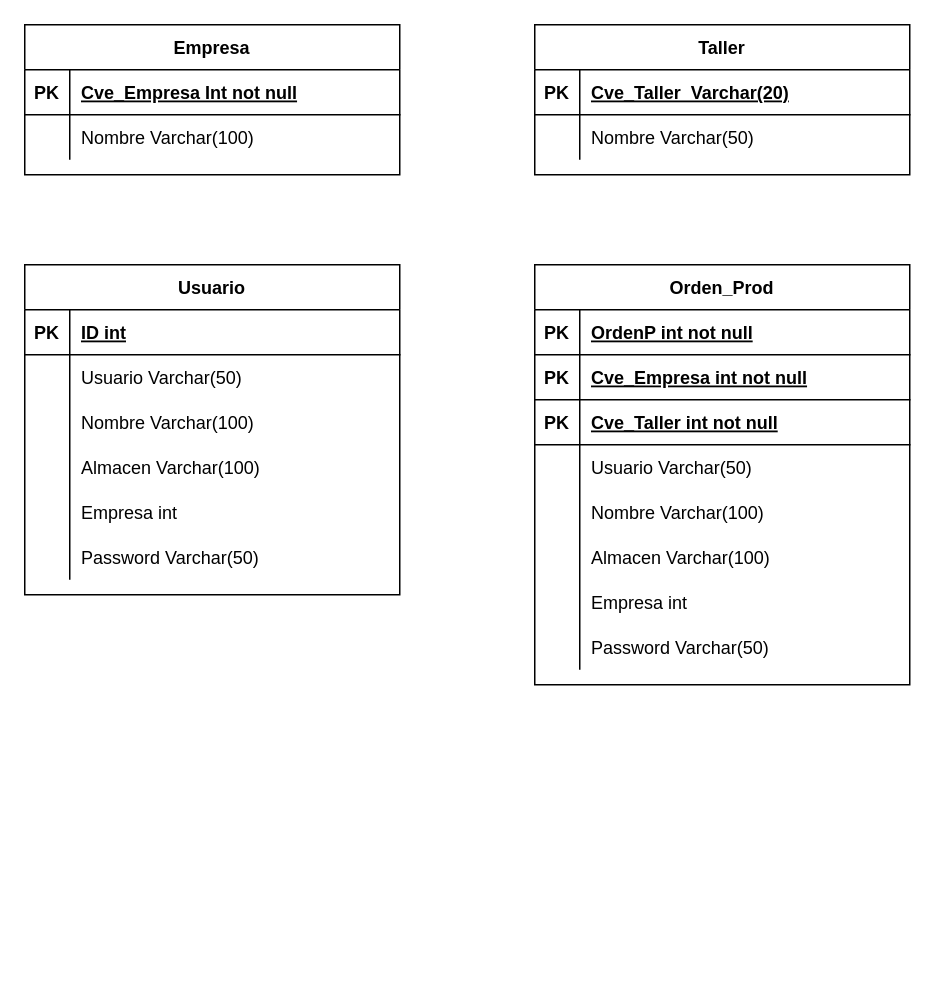
This is Diagrama sin título.drawio from ericF83/DiagramasDBIG015, a draw.io file, before an edit. Source tidied: cells renumbered, new cells numbered last; positions are measured from the earlier drawing's top-left corner, leaving out a move shared by most shapes. Both pictures are drawn from the tidied source at 150%, with x=0, y=0 at pixel (24, 24).
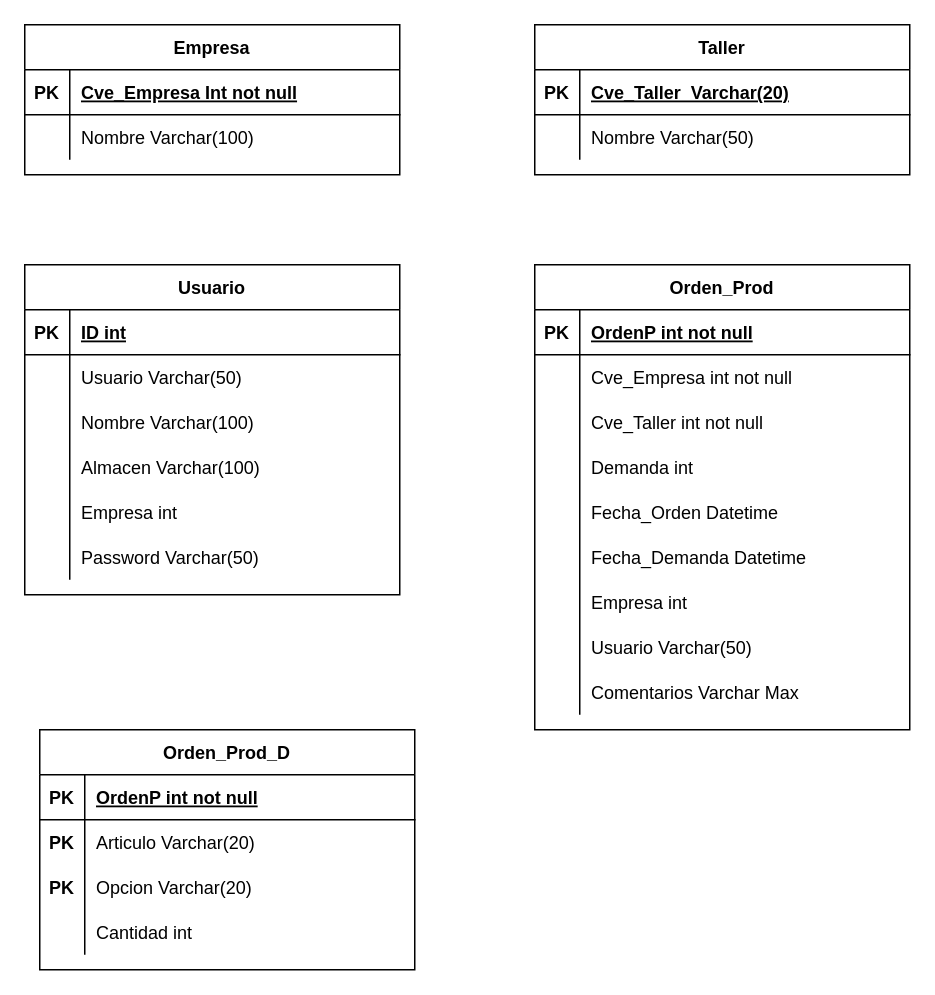
After the change.

Unchanged cells that the change refers to:
```xml
<mxCell id="45" style="shape=partialRectangle;fillColor=none;top=0;left=0;right=0;bottom=0;" parent="35" vertex="1">
  <mxGeometry y="120" width="250" height="30" as="geometry" />
</mxCell>
<mxCell id="48" style="shape=partialRectangle;fillColor=none;top=0;left=0;right=0;bottom=0;" parent="35" vertex="1">
  <mxGeometry y="150" width="250" height="30" as="geometry" />
</mxCell>
<mxCell id="51" style="shape=partialRectangle;fillColor=none;top=0;left=0;right=0;bottom=0;" parent="35" vertex="1">
  <mxGeometry y="180" width="250" height="30" as="geometry" />
</mxCell>
<mxCell id="57" style="shape=partialRectangle;fillColor=none;top=0;left=0;right=0;bottom=0;" parent="35" vertex="1">
  <mxGeometry y="240" width="250" height="30" as="geometry" />
</mxCell>
```

Diff of the diagram source:
```diff
@@
     <mxCell id="35" value="Orden_Prod" style="shape=table;startSize=30;childLayout=tableLayout;rowLines=0;fontStyle=1;align=center;" parent="1" vertex="1">
-      <mxGeometry x="340" y="160" width="250" height="280" as="geometry" />
+      <mxGeometry x="340" y="160" width="250" height="310" as="geometry" />
     </mxCell>
@@
-    <mxCell id="39" style="shape=partialRectangle;fillColor=none;top=0;left=0;right=0;bottom=1;" parent="35" vertex="1">
+    <mxCell id="39" style="shape=partialRectangle;fillColor=none;top=0;left=0;right=0;bottom=1;strokeColor=none;" parent="35" vertex="1">
       <mxGeometry y="60" width="250" height="30" as="geometry" />
     </mxCell>
-    <mxCell id="40" value="PK" style="shape=partialRectangle;overflow=hidden;fillColor=none;top=0;left=0;bottom=0;right=0;fontStyle=1;" parent="39" vertex="1">
+    <mxCell id="40" style="shape=partialRectangle;overflow=hidden;fillColor=none;top=0;left=0;bottom=0;right=0;fontStyle=1;" parent="39" vertex="1">
       <mxGeometry width="30" height="30" as="geometry" />
     </mxCell>
-    <mxCell id="41" value="Cve_Empresa int not null" style="shape=partialRectangle;overflow=hidden;fillColor=none;top=0;left=0;bottom=0;right=0;align=left;spacingLeft=6;fontStyle=5;" parent="39" vertex="1">
+    <mxCell id="41" value="Cve_Empresa int not null" style="shape=partialRectangle;overflow=hidden;fillColor=none;top=0;left=0;bottom=0;right=0;align=left;spacingLeft=6;fontStyle=0;" parent="39" vertex="1">
       <mxGeometry x="30" width="220" height="30" as="geometry" />
     </mxCell>
-    <mxCell id="42" style="shape=partialRectangle;fillColor=none;top=0;left=0;right=0;bottom=1;" parent="35" vertex="1">
+    <mxCell id="42" style="shape=partialRectangle;fillColor=none;top=0;left=0;right=0;bottom=1;strokeColor=none;" parent="35" vertex="1">
       <mxGeometry y="90" width="250" height="30" as="geometry" />
     </mxCell>
-    <mxCell id="43" value="PK" style="shape=partialRectangle;overflow=hidden;fillColor=none;top=0;left=0;bottom=0;right=0;fontStyle=1;" parent="42" vertex="1">
+    <mxCell id="43" style="shape=partialRectangle;overflow=hidden;fillColor=none;top=0;left=0;bottom=0;right=0;fontStyle=1;" parent="42" vertex="1">
       <mxGeometry width="30" height="30" as="geometry" />
     </mxCell>
-    <mxCell id="44" value="Cve_Taller int not null" style="shape=partialRectangle;overflow=hidden;fillColor=none;top=0;left=0;bottom=0;right=0;align=left;spacingLeft=6;fontStyle=5;" parent="42" vertex="1">
+    <mxCell id="44" value="Cve_Taller int not null" style="shape=partialRectangle;overflow=hidden;fillColor=none;top=0;left=0;bottom=0;right=0;align=left;spacingLeft=6;fontStyle=0;" parent="42" vertex="1">
       <mxGeometry x="30" width="220" height="30" as="geometry" />
     </mxCell>
@@
-    <mxCell id="47" value="Usuario Varchar(50)" style="shape=partialRectangle;overflow=hidden;fillColor=none;top=0;left=0;bottom=0;right=0;align=left;spacingLeft=6;" parent="45" vertex="1">
+    <mxCell id="47" value="Demanda int" style="shape=partialRectangle;overflow=hidden;fillColor=none;top=0;left=0;bottom=0;right=0;align=left;spacingLeft=6;" parent="45" vertex="1">
       <mxGeometry x="30" width="220" height="30" as="geometry" />
     </mxCell>
@@
-    <mxCell id="50" value="Nombre Varchar(100)" style="shape=partialRectangle;overflow=hidden;fillColor=none;top=0;left=0;bottom=0;right=0;align=left;spacingLeft=6;" parent="48" vertex="1">
+    <mxCell id="50" value="Fecha_Orden Datetime" style="shape=partialRectangle;overflow=hidden;fillColor=none;top=0;left=0;bottom=0;right=0;align=left;spacingLeft=6;" parent="48" vertex="1">
       <mxGeometry x="30" width="220" height="30" as="geometry" />
     </mxCell>
@@
-    <mxCell id="53" value="Almacen Varchar(100)" style="shape=partialRectangle;overflow=hidden;fillColor=none;top=0;left=0;bottom=0;right=0;align=left;spacingLeft=6;" parent="51" vertex="1">
+    <mxCell id="53" value="Fecha_Demanda Datetime" style="shape=partialRectangle;overflow=hidden;fillColor=none;top=0;left=0;bottom=0;right=0;align=left;spacingLeft=6;" parent="51" vertex="1">
       <mxGeometry x="30" width="220" height="30" as="geometry" />
     </mxCell>
@@
-    <mxCell id="59" value="Password Varchar(50)" style="shape=partialRectangle;overflow=hidden;fillColor=none;top=0;left=0;bottom=0;right=0;align=left;spacingLeft=6;" parent="57" vertex="1">
+    <mxCell id="59" value="Usuario Varchar(50)" style="shape=partialRectangle;overflow=hidden;fillColor=none;top=0;left=0;bottom=0;right=0;align=left;spacingLeft=6;" parent="57" vertex="1">
       <mxGeometry x="30" width="220" height="30" as="geometry" />
     </mxCell>
+    <mxCell id="60" style="shape=partialRectangle;fillColor=none;top=0;left=0;right=0;bottom=0;" parent="35" vertex="1">
+      <mxGeometry y="270" width="250" height="30" as="geometry" />
+    </mxCell>
+    <mxCell id="61" style="shape=partialRectangle;overflow=hidden;fillColor=none;top=0;left=0;bottom=0;right=0;" parent="60" vertex="1">
+      <mxGeometry width="30" height="30" as="geometry" />
+    </mxCell>
+    <mxCell id="62" value="Comentarios Varchar Max" style="shape=partialRectangle;overflow=hidden;fillColor=none;top=0;left=0;bottom=0;right=0;align=left;spacingLeft=6;" parent="60" vertex="1">
+      <mxGeometry x="30" width="220" height="30" as="geometry" />
+    </mxCell>
+    <mxCell id="63" value="Orden_Prod_D" style="shape=table;startSize=30;childLayout=tableLayout;rowLines=0;fontStyle=1;align=center;" parent="1" vertex="1">
+      <mxGeometry x="10" y="470" width="250" height="160" as="geometry" />
+    </mxCell>
+    <mxCell id="64" style="shape=partialRectangle;fillColor=none;top=0;left=0;right=0;bottom=1;strokeColor=default;" parent="63" vertex="1">
+      <mxGeometry y="30" width="250" height="30" as="geometry" />
+    </mxCell>
+    <mxCell id="65" value="PK" style="shape=partialRectangle;overflow=hidden;fillColor=none;top=0;left=0;bottom=0;right=0;fontStyle=1;" parent="64" vertex="1">
+      <mxGeometry width="30" height="30" as="geometry" />
+    </mxCell>
+    <mxCell id="66" value="OrdenP int not null" style="shape=partialRectangle;overflow=hidden;fillColor=none;top=0;left=0;bottom=0;right=0;align=left;spacingLeft=6;fontStyle=5;" parent="64" vertex="1">
+      <mxGeometry x="30" width="220" height="30" as="geometry" />
+    </mxCell>
+    <mxCell id="67" style="shape=partialRectangle;fillColor=none;top=0;left=0;right=0;bottom=0;strokeColor=default;" parent="63" vertex="1">
+      <mxGeometry y="60" width="250" height="30" as="geometry" />
+    </mxCell>
+    <mxCell id="68" value="PK" style="shape=partialRectangle;overflow=hidden;fillColor=none;top=0;left=0;bottom=0;right=0;fontStyle=1;" parent="67" vertex="1">
+      <mxGeometry width="30" height="30" as="geometry" />
+    </mxCell>
+    <mxCell id="69" value="Articulo Varchar(20)" style="shape=partialRectangle;overflow=hidden;fillColor=none;top=0;left=0;bottom=0;right=0;align=left;spacingLeft=6;" parent="67" vertex="1">
+      <mxGeometry x="30" width="220" height="30" as="geometry" />
+    </mxCell>
+    <mxCell id="70" style="shape=partialRectangle;fillColor=none;top=0;left=0;right=0;bottom=0;strokeColor=#000000;" parent="63" vertex="1">
+      <mxGeometry y="90" width="250" height="30" as="geometry" />
+    </mxCell>
+    <mxCell id="71" value="PK" style="shape=partialRectangle;overflow=hidden;fillColor=none;top=0;left=0;bottom=0;right=0;fontStyle=1;" parent="70" vertex="1">
+      <mxGeometry width="30" height="30" as="geometry" />
+    </mxCell>
+    <mxCell id="72" value="Opcion Varchar(20)" style="shape=partialRectangle;overflow=hidden;fillColor=none;top=0;left=0;bottom=0;right=0;align=left;spacingLeft=6;" parent="70" vertex="1">
+      <mxGeometry x="30" width="220" height="30" as="geometry" />
+    </mxCell>
+    <mxCell id="73" style="shape=partialRectangle;fillColor=none;top=0;left=0;right=0;bottom=0;strokeColor=#000000;" parent="63" vertex="1">
+      <mxGeometry y="120" width="250" height="30" as="geometry" />
+    </mxCell>
+    <mxCell id="74" style="shape=partialRectangle;overflow=hidden;fillColor=none;top=0;left=0;bottom=0;right=0;fontStyle=1;" parent="73" vertex="1">
+      <mxGeometry width="30" height="30" as="geometry" />
+    </mxCell>
+    <mxCell id="75" value="Cantidad int" style="shape=partialRectangle;overflow=hidden;fillColor=none;top=0;left=0;bottom=0;right=0;align=left;spacingLeft=6;" parent="73" vertex="1">
+      <mxGeometry x="30" width="220" height="30" as="geometry" />
+    </mxCell>
```
